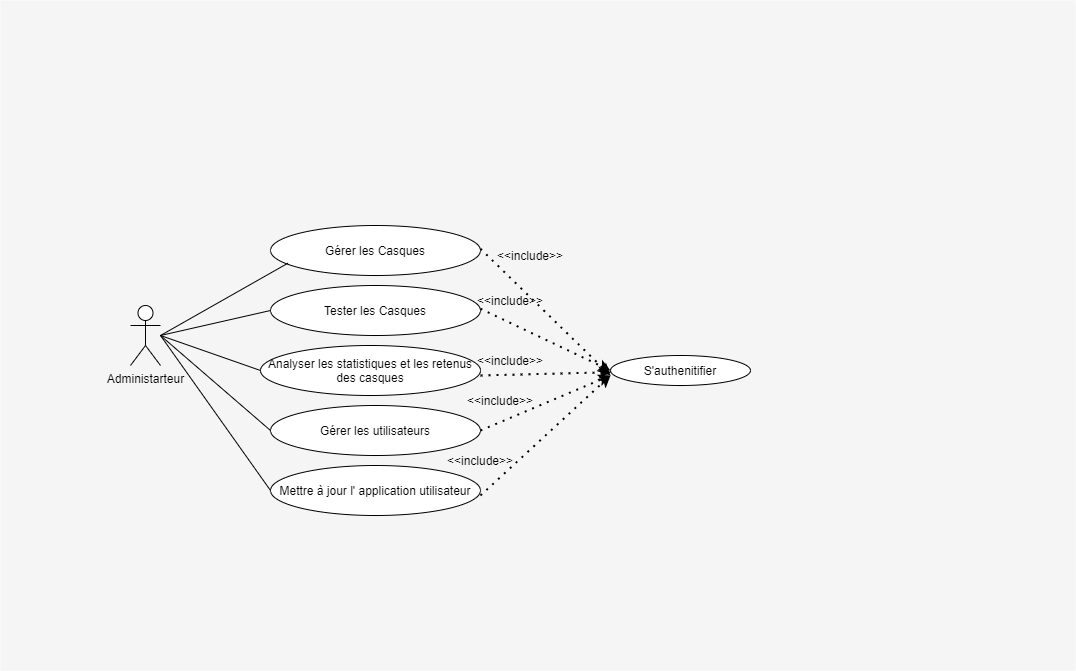
Above: diagramme admin.png in AMR04/pfe_viz (draw.io), before the change. Source tidied: cells renumbered, new cells last; positions are measured from the earlier drawing's top-left corner, leaving out a move shared by most shapes.
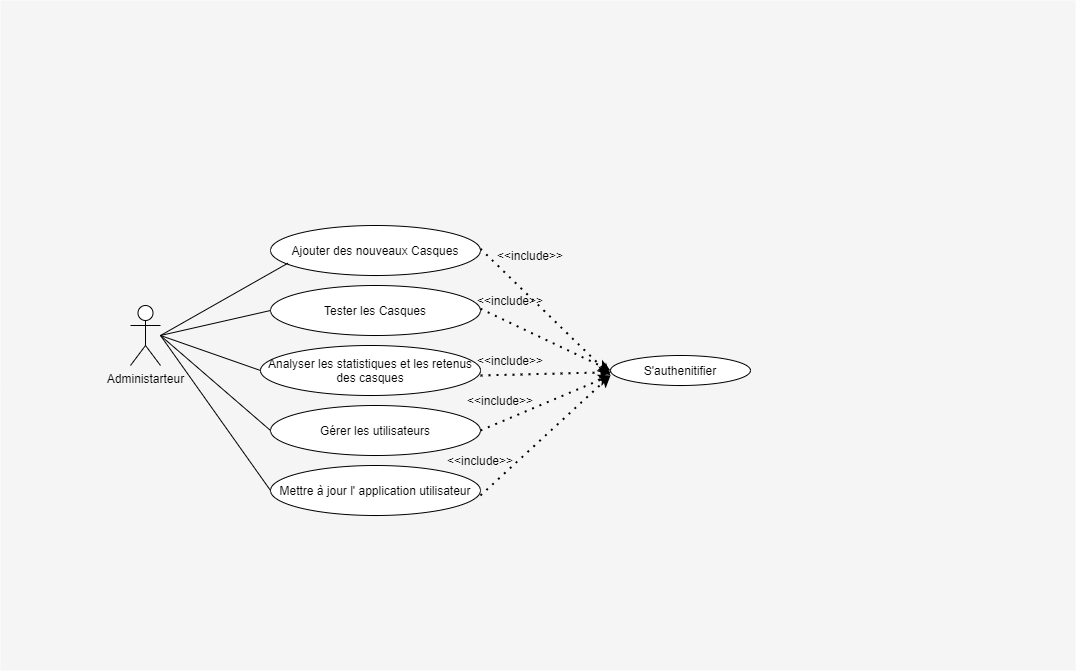
After the change.

The edit, as a diff of the source:
```diff
@@ -8,7 +8,7 @@
     <mxCell id="3" value="Administarteur" style="shape=umlActor;verticalLabelPosition=bottom;verticalAlign=top;html=1;" parent="1" vertex="1">
       <mxGeometry x="130" y="305" width="30" height="60" as="geometry" />
     </mxCell>
-    <mxCell id="4" value="Gérer les Casques" style="ellipse;whiteSpace=wrap;html=1;" parent="1" vertex="1">
+    <mxCell id="4" value="Ajouter des nouveaux Casques" style="ellipse;whiteSpace=wrap;html=1;" parent="1" vertex="1">
       <mxGeometry x="270" y="225" width="210" height="50" as="geometry" />
     </mxCell>
     <mxCell id="5" value="Tester les Casques" style="ellipse;whiteSpace=wrap;html=1;" parent="1" vertex="1">
```
